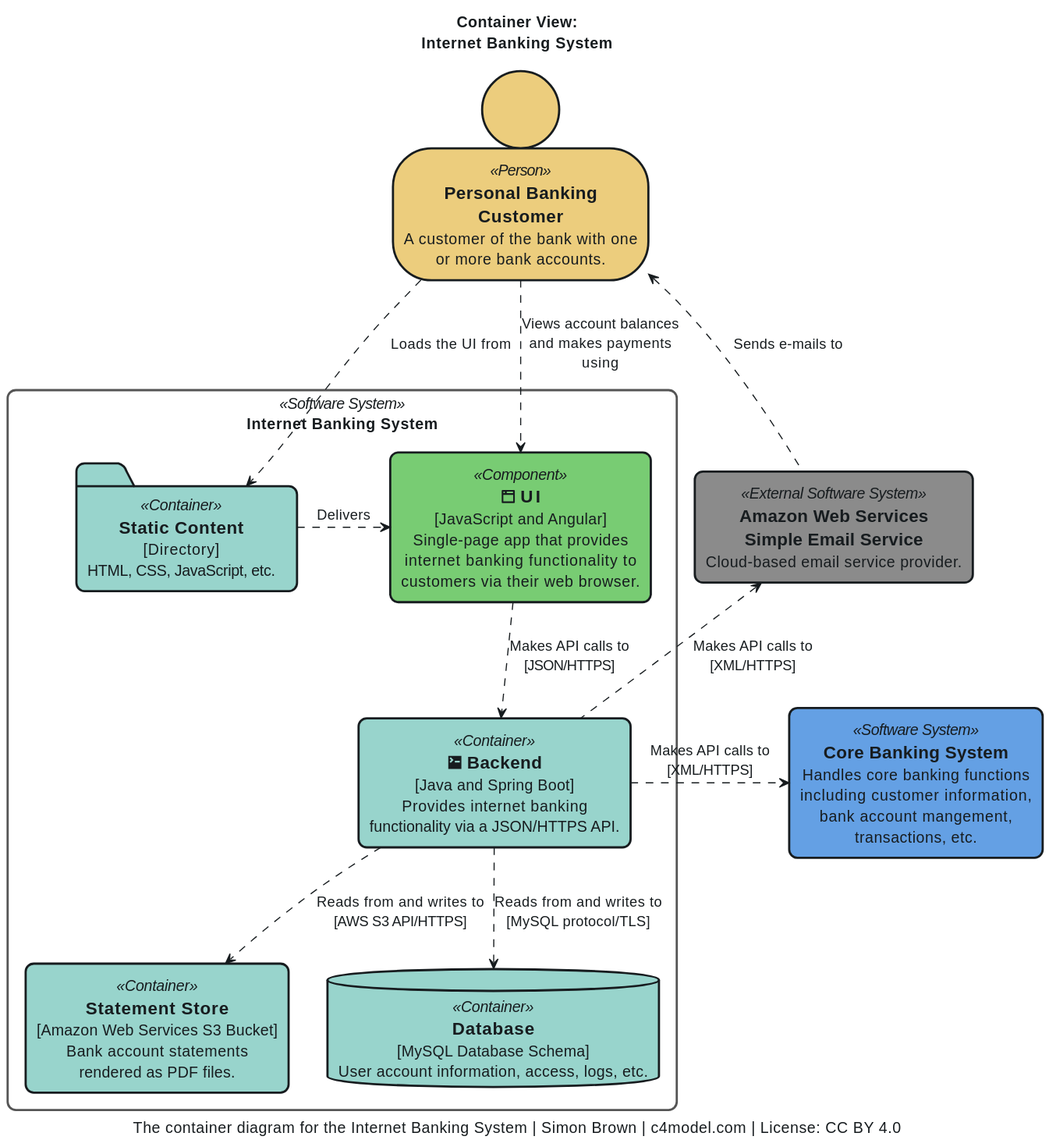
The PlantUML diagram examples/retro-coast-c4-container.svg in chden/puml-themes, before a commit. Its diagram source:
```plantuml
@startuml
!theme retro-coast from ../themes/retro-coast


title "Container View:\nInternet Banking System"
caption "The container diagram for the Internet Banking System | Simon Brown | c4model.com | License: CC BY 4.0"


person Customer <<Person>> [
  == Personal Banking
  == Customer
  A customer of the bank with one
  or more bank accounts.
]

component SimpleEmailService <<External Software System>> [
  == Amazon Web Services
  == Simple Email Service
  Cloud-based email service provider.
]

component CoreBankingSystem <<Software System>> [
  == Core Banking System
  Handles core banking functions
  including customer information,
  bank account mangement,
  transactions, etc.
]

package "Internet Banking System" <<Software System>> {
  folder StaticContent <<Container>> [
    == Static Content
    [Directory]
    HTML, CSS, JavaScript, etc.
  ]

  component UI <<Component>> [
    == <size:16><&browser></size> UI
    [JavaScript and Angular]
    Single-page app that provides
    internet banking functionality to
    customers via their web browser.
  ]

  component Backend <<Container>> [
    == <size:16><&terminal></size> Backend
    [Java and Spring Boot]
    Provides internet banking
    functionality via a JSON/HTTPS API.
  ]

  component StatementStore <<Container>> [
    == Statement Store
    [Amazon Web Services S3 Bucket]
    Bank account statements
    rendered as PDF files.
  ]

  database Database <<Container>> [
    == Database
    [MySQL Database Schema]
    User account information, access, logs, etc.
  ]
}


Customer .d.> StaticContent      : Loads the UI from
Customer .d.> UI                 : "Views account balances\nand makes payments\nusing"
SimpleEmailService .u.> Customer : Sends e-mails to
StaticContent .r.> UI            : Delivers
UI .d.> Backend                  : "Makes API calls to\n[JSON/HTTPS]"
Backend .d.> StatementStore      : "Reads from and writes to\n[AWS S3 API/HTTPS]"
Backend .d.> Database            : "Reads from and writes to\n[MySQL protocol/TLS]"
Backend .u.> SimpleEmailService  : "Makes API calls to\n[XML/HTTPS]"
Backend .r.> CoreBankingSystem   : "Makes API calls to\n[XML/HTTPS]"
@enduml
```
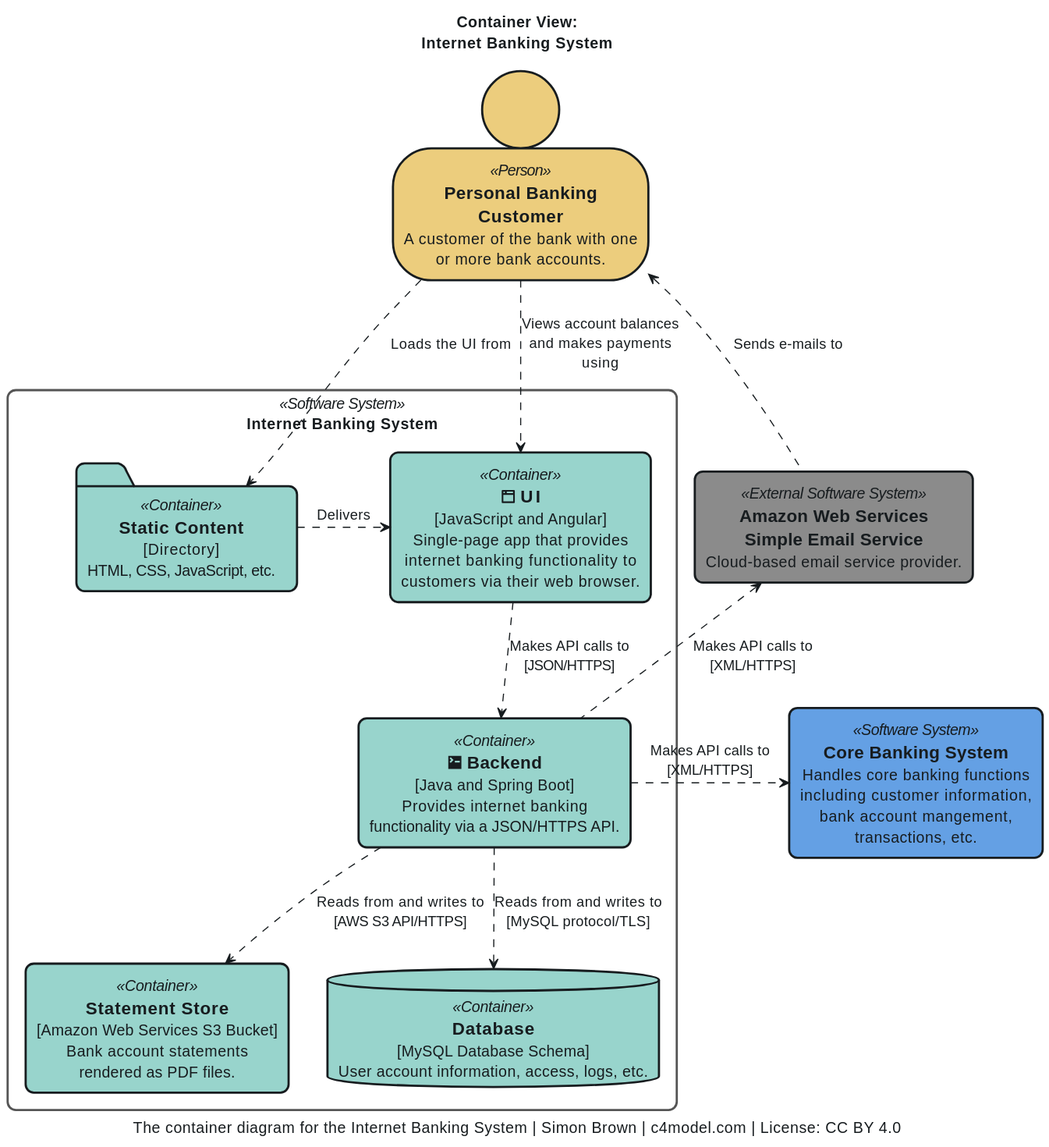
Above is the later version.

Commit message:
Update example diagrams to reflect theme changes

Change to the diagram source:
```diff
@@ -34,7 +34,7 @@
     HTML, CSS, JavaScript, etc.
   ]
 
-  component UI <<Component>> [
+  component UI <<Container>> [
     == <size:16><&browser></size> UI
     [JavaScript and Angular]
     Single-page app that provides
```
